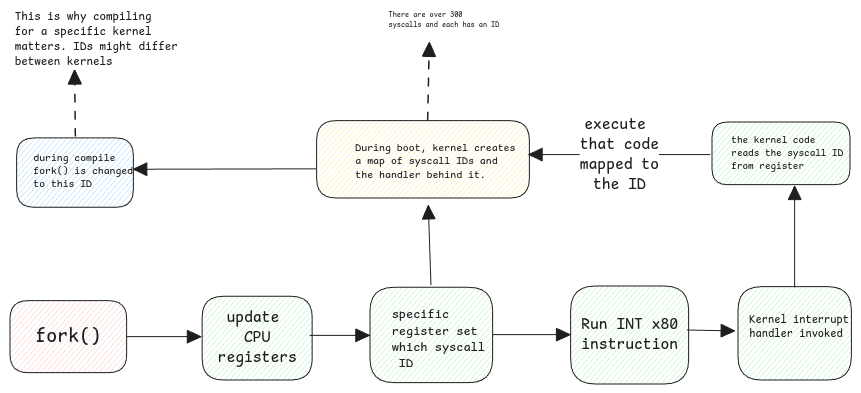
Before: static/img/syscall-execution.excalidraw.png, a diagram exported from Excalidraw (swaroopar/inprogress-engineer). Source tidied: one line per element, renumbered; positions are measured from the earlier drawing's top-left corner, leaving out a move shared by most shapes.
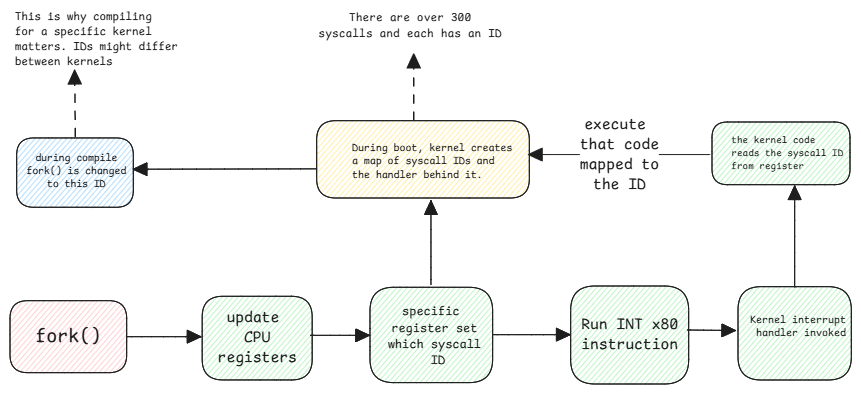
Above is the later version.

Change to the diagram source:
```diff
@@ -4,26 +4,26 @@
 {"id": 3, "type": "rectangle", "strokeColor": "#1e1e1e", "backgroundColor": "#b2f2bb", "fillStyle": "hachure", "strokeWidth": 1, "roughness": 0, "round": true, "x": 192, "y": 286, "width": 110, "height": 84}
 {"id": 4, "type": "text", "text": "update \nCPU\nregisters", "strokeColor": "#1e1e1e", "strokeWidth": 2, "roughness": 1, "fontSize": 16, "fontFamily": 8, "textAlign": "center", "verticalAlign": "middle", "inside": 3, "x": 208, "y": 298, "width": 79, "height": 60}
 {"id": 5, "type": "rectangle", "strokeColor": "#1e1e1e", "backgroundColor": "#b2f2bb", "fillStyle": "hachure", "strokeWidth": 1, "roughness": 0, "round": true, "x": 360, "y": 277, "width": 123, "height": 95}
-{"id": 6, "type": "text", "text": "specific \nregister set\nwhich syscall\n ID", "strokeColor": "#1e1e1e", "strokeWidth": 1, "roughness": 0, "fontSize": 13.07, "fontFamily": 8, "x": 382, "y": 297, "width": 79, "height": 65}
+{"id": 6, "type": "text", "text": "specific \nregister set\nwhich syscall\n ID", "strokeColor": "#1e1e1e", "strokeWidth": 1, "roughness": 0, "fontSize": 13.07, "fontFamily": 8, "textAlign": "center", "x": 378, "y": 294, "width": 93, "height": 65}
 {"id": 7, "type": "rectangle", "strokeColor": "#1e1e1e", "backgroundColor": "#ffec99", "fillStyle": "hachure", "strokeWidth": 1, "roughness": 0, "round": true, "x": 307, "y": 111, "width": 213, "height": 77}
-{"id": 8, "type": "text", "text": "During boot, kernel creates\na map of syscall IDs and \nthe handler behind it. ", "strokeColor": "#1e1e1e", "strokeWidth": 1, "roughness": 0, "fontSize": 10.79, "fontFamily": 8, "x": 345, "y": 131, "width": 145, "height": 40}
+{"id": 8, "type": "text", "text": "During boot, kernel creates\na map of syscall IDs and \nthe handler behind it. ", "strokeColor": "#1e1e1e", "strokeWidth": 1, "roughness": 0, "fontSize": 10.79, "fontFamily": 8, "x": 342, "y": 131, "width": 160, "height": 40}
 {"id": 9, "type": "arrow", "strokeColor": "#1e1e1e", "strokeWidth": 1, "roughness": 0, "endArrowhead": "triangle", "round": true, "from": 7, "x": 306, "y": 159, "width": 182, "height": 0, "points": [[0, 0], [-182, 0]]}
 {"id": 10, "type": "rectangle", "strokeColor": "#1e1e1e", "backgroundColor": "#a5d8ff", "fillStyle": "hachure", "strokeWidth": 1, "roughness": 0, "round": true, "x": 7, "y": 128, "width": 117, "height": 69}
-{"id": 11, "type": "text", "text": "during compile\nfork() is changed\nto this ID", "strokeColor": "#1e1e1e", "strokeWidth": 1, "roughness": 0, "fontSize": 10.67, "fontFamily": 8, "x": 23, "y": 141, "width": 88, "height": 40}
+{"id": 11, "type": "text", "text": "during compile\nfork() is changed\nto this ID", "strokeColor": "#1e1e1e", "strokeWidth": 1, "roughness": 0, "fontSize": 10.67, "fontFamily": 8, "textAlign": "center", "x": 16, "y": 141, "width": 100, "height": 40}
-{"id": 12, "type": "arrow", "strokeColor": "#1e1e1e", "strokeWidth": 1, "roughness": 0, "endArrowhead": "triangle", "round": true, "from": 5, "to": 7, "x": 421, "y": 275, "width": 3, "height": 79, "points": [[0, 0], [-3, -79]]}
+{"id": 12, "type": "arrow", "strokeColor": "#1e1e1e", "strokeWidth": 1, "roughness": 0, "endArrowhead": "triangle", "round": true, "from": 6, "x": 421, "y": 275, "width": 0, "height": 84, "points": [[0, 0], [0, -84]]}
-{"id": 13, "type": "arrow", "strokeColor": "#1e1e1e", "strokeWidth": 1, "strokeStyle": "dashed", "roughness": 0, "endArrowhead": "triangle", "round": true, "from": 7, "to": 14, "x": 418, "y": 110, "width": 2, "height": 77, "points": [[0, 0], [2, -77]]}
+{"id": 13, "type": "arrow", "strokeColor": "#1e1e1e", "strokeWidth": 1, "strokeStyle": "dashed", "roughness": 0, "endArrowhead": "triangle", "round": true, "from": 7, "x": 404, "y": 110, "width": 0, "height": 66, "points": [[0, 0], [0, -66]]}
-{"id": 14, "type": "text", "text": "There are over 300\nsyscalls and each has an ID", "strokeColor": "#1e1e1e", "strokeWidth": 1, "strokeStyle": "dashed", "roughness": 0, "fontSize": 7.47, "fontFamily": 8, "x": 379, "y": 1, "width": 107, "height": 19}
+{"id": 14, "type": "text", "text": "There are over 300\nsyscalls and each has an ID", "strokeColor": "#1e1e1e", "strokeWidth": 1, "strokeStyle": "dashed", "roughness": 0, "fontSize": 12.36, "fontFamily": 8, "textAlign": "center", "x": 308, "y": 1, "width": 183, "height": 31}
 {"id": 15, "type": "arrow", "strokeColor": "#1e1e1e", "strokeWidth": 1, "strokeStyle": "dashed", "roughness": 0, "endArrowhead": "triangle", "round": true, "from": 10, "to": 16, "x": 65, "y": 126, "width": 1, "height": 66, "points": [[0, 0], [-1, -66]]}
-{"id": 16, "type": "text", "text": "This is why compiling\nfor a specific kernel \nmatters. IDs might differ\nbetween kernels", "strokeColor": "#1e1e1e", "strokeWidth": 1, "strokeStyle": "dashed", "roughness": 0, "fontSize": 11.87, "fontFamily": 8, "x": 5, "y": 0, "width": 151, "height": 59}
+{"id": 16, "type": "text", "text": "This is why compiling\nfor a specific kernel \nmatters. IDs might differ\nbetween kernels", "strokeColor": "#1e1e1e", "strokeWidth": 1, "strokeStyle": "dashed", "roughness": 0, "fontSize": 11.87, "fontFamily": 8, "x": 5, "y": 0, "width": 163, "height": 59}
 {"id": 17, "type": "arrow", "strokeColor": "#1e1e1e", "strokeWidth": 1, "roughness": 0, "endArrowhead": "triangle", "round": true, "to": 5, "x": 300, "y": 325, "width": 59, "height": 0, "points": [[0, 0], [59, 0]]}
 {"id": 18, "type": "rectangle", "strokeColor": "#1e1e1e", "backgroundColor": "#b2f2bb", "fillStyle": "hachure", "strokeWidth": 1, "roughness": 0, "round": true, "x": 561, "y": 276, "width": 118, "height": 98}
 {"id": 19, "type": "text", "text": "Run INT x80\ninstruction", "strokeColor": "#1e1e1e", "strokeWidth": 2, "roughness": 1, "fontSize": 16, "fontFamily": 8, "textAlign": "center", "verticalAlign": "middle", "inside": 18, "x": 571, "y": 305, "width": 97, "height": 40}
 {"id": 20, "type": "arrow", "strokeColor": "#1e1e1e", "strokeWidth": 1, "roughness": 0, "endArrowhead": "triangle", "round": true, "to": 18, "x": 483, "y": 325, "width": 77, "height": 0, "points": [[0, 0], [77, 0]]}
-{"id": 21, "type": "arrow", "strokeColor": "#1e1e1e", "strokeWidth": 1, "roughness": 0, "endArrowhead": "triangle", "round": true, "to": 23, "x": 677, "y": 320, "width": 47, "height": 1, "points": [[0, 0], [47, 1]]}
+{"id": 21, "type": "arrow", "strokeColor": "#1e1e1e", "strokeWidth": 1, "roughness": 0, "endArrowhead": "triangle", "round": true, "to": 23, "x": 677, "y": 320, "width": 48, "height": 1, "points": [[0, 0], [48, 1]]}
 {"id": 22, "type": "rectangle", "strokeColor": "#1e1e1e", "backgroundColor": "#b2f2bb", "fillStyle": "hachure", "strokeWidth": 1, "roughness": 0, "round": true, "x": 728, "y": 277, "width": 113, "height": 93}
-{"id": 23, "type": "text", "text": "Kernel interrupt \nhandler invoked", "strokeColor": "#1e1e1e", "strokeWidth": 1, "roughness": 0, "fontSize": 11.34, "fontFamily": 8, "x": 739, "y": 303, "width": 92, "height": 28}
+{"id": 23, "type": "text", "text": "Kernel interrupt \nhandler invoked", "strokeColor": "#1e1e1e", "strokeWidth": 1, "roughness": 0, "fontSize": 10.89, "fontFamily": 8, "textAlign": "center", "x": 740, "y": 303, "width": 102, "height": 27}
 {"id": 24, "type": "rectangle", "strokeColor": "#1e1e1e", "backgroundColor": "#b2f2bb", "fillStyle": "hachure", "strokeWidth": 1, "roughness": 0, "round": true, "x": 702, "y": 112, "width": 138, "height": 63}
-{"id": 25, "type": "text", "text": "the kernel code\nreads the syscall ID\nfrom register", "strokeColor": "#1e1e1e", "strokeWidth": 1, "roughness": 0, "fontSize": 10.19, "fontFamily": 8, "x": 721, "y": 124, "width": 106, "height": 38}
+{"id": 25, "type": "text", "text": "the kernel code\nreads the syscall ID\nfrom register", "strokeColor": "#1e1e1e", "strokeWidth": 1, "roughness": 0, "fontSize": 10.19, "fontFamily": 8, "x": 721, "y": 124, "width": 112, "height": 38}
 {"id": 26, "type": "arrow", "strokeColor": "#1e1e1e", "strokeWidth": 1, "roughness": 0, "endArrowhead": "triangle", "round": true, "from": 24, "x": 700, "y": 145, "width": 181, "height": 0, "points": [[0, 0], [-181, 0]]}
 {"id": 27, "type": "text", "text": "execute \nthat code\nmapped to\nthe ID", "strokeColor": "#1e1e1e", "strokeWidth": 2, "roughness": 1, "fontSize": 16, "fontFamily": 8, "textAlign": "center", "verticalAlign": "middle", "inside": 26, "x": 570, "y": 105, "width": 79, "height": 80}
 {"id": 28, "type": "arrow", "strokeColor": "#1e1e1e", "backgroundColor": "#b2f2bb", "fillStyle": "hachure", "strokeWidth": 1, "roughness": 0, "endArrowhead": "triangle", "round": true, "to": 24, "x": 785, "y": 277, "width": 0, "height": 101, "points": [[0, 0], [0, -101]]}
```
